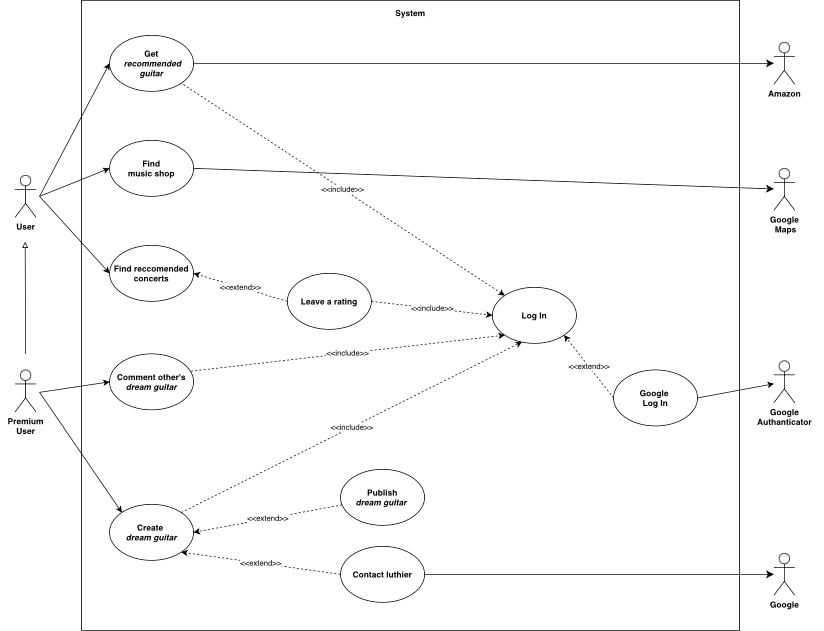
Above: diagrams/Progetto.drawio .png in TizianoLilli/ISPW-Project (draw.io), before the change. Source tidied: cells renumbered, new cells last; positions are measured from the earlier drawing's top-left corner, leaving out a move shared by most shapes.
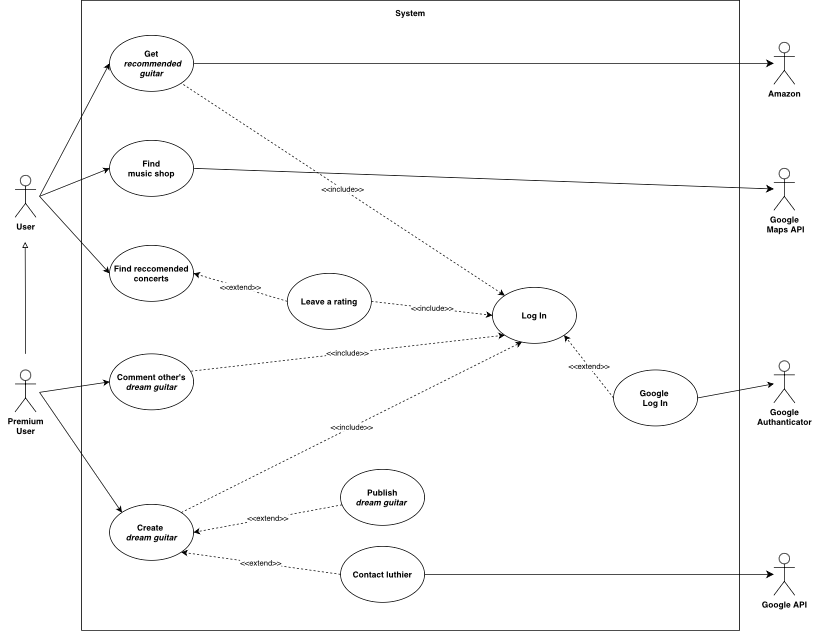
The same file after the commit.

Diff of the diagram source:
```diff
@@ -117,10 +117,10 @@
     <mxCell id="35" value="&lt;b&gt;Amazon&lt;/b&gt;" style="shape=umlActor;verticalLabelPosition=bottom;verticalAlign=top;html=1;outlineConnect=0;" parent="1" vertex="1">
       <mxGeometry x="1084" y="60" width="30" height="60" as="geometry" />
     </mxCell>
-    <mxCell id="36" value="&lt;b&gt;Google&lt;/b&gt;&lt;div&gt;&lt;b&gt;&amp;nbsp;Maps&lt;/b&gt;&lt;/div&gt;" style="shape=umlActor;verticalLabelPosition=bottom;verticalAlign=top;html=1;outlineConnect=0;" parent="1" vertex="1">
+    <mxCell id="36" value="&lt;b&gt;Google&lt;/b&gt;&lt;div&gt;&lt;b&gt;&amp;nbsp;Maps API&lt;/b&gt;&lt;/div&gt;" style="shape=umlActor;verticalLabelPosition=bottom;verticalAlign=top;html=1;outlineConnect=0;" parent="1" vertex="1">
       <mxGeometry x="1084" y="240" width="30" height="60" as="geometry" />
     </mxCell>
-    <mxCell id="37" value="&lt;b&gt;Google&lt;/b&gt;&lt;div&gt;&lt;br&gt;&lt;/div&gt;" style="shape=umlActor;verticalLabelPosition=bottom;verticalAlign=top;html=1;outlineConnect=0;" parent="1" vertex="1">
+    <mxCell id="37" value="&lt;b&gt;Google API&lt;/b&gt;&lt;div&gt;&lt;br&gt;&lt;/div&gt;" style="shape=umlActor;verticalLabelPosition=bottom;verticalAlign=top;html=1;outlineConnect=0;" parent="1" vertex="1">
       <mxGeometry x="1084" y="790" width="30" height="60" as="geometry" />
     </mxCell>
   </root>
```
